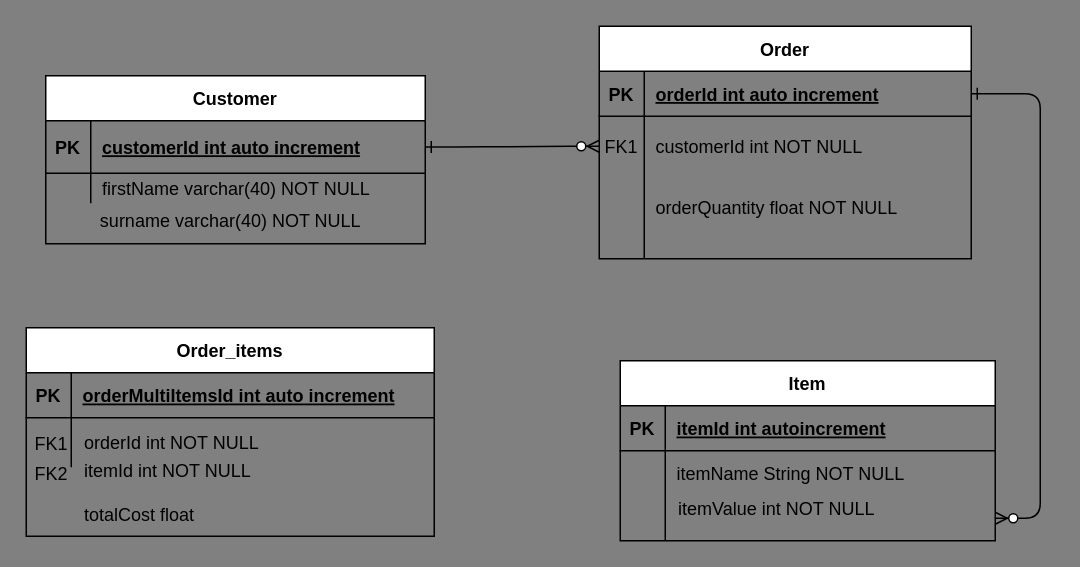
Before: Untitled Diagram.drawio in sarahkgh/IMS-Starter, a draw.io diagram. Source tidied: cells renumbered, new cells numbered last; positions are measured from the earlier drawing's top-left corner, leaving out a move shared by most shapes. Both pictures are drawn from the tidied source at 150%, with x=0, y=0 at pixel (26, 26).
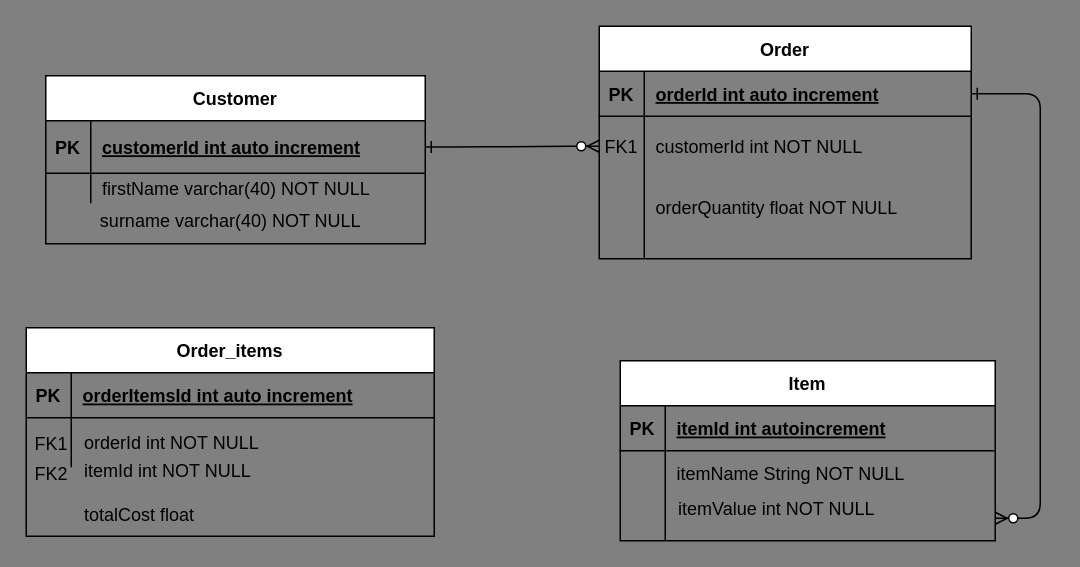
Above is the later version.

The change refers to these unchanged cells:
```xml
<mxCell id="32" style="shape=partialRectangle;fillColor=none;top=0;left=0;right=0;bottom=1;" parent="31" vertex="1">
  <mxGeometry y="30" width="272" height="30" as="geometry" />
</mxCell>
```

What changed in the source:
```diff
@@
-    <mxCell id="34" value="orderMultiItemsId int auto increment" style="shape=partialRectangle;overflow=hidden;fillColor=none;top=0;left=0;bottom=0;right=0;align=left;spacingLeft=6;fontStyle=5;" parent="32" vertex="1">
+    <mxCell id="34" value="orderItemsId int auto increment" style="shape=partialRectangle;overflow=hidden;fillColor=none;top=0;left=0;bottom=0;right=0;align=left;spacingLeft=6;fontStyle=5;" parent="32" vertex="1">
       <mxGeometry x="30" width="242" height="30" as="geometry" />
     </mxCell>
```
